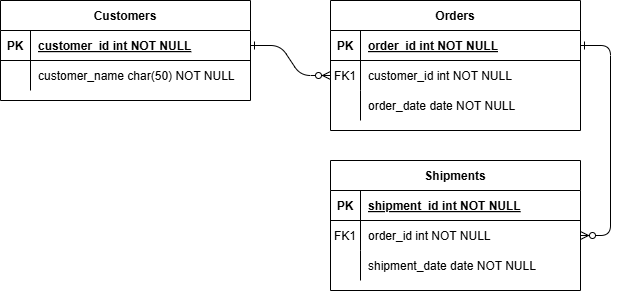
Above: diagram01.drawio.png in sadewni08/hii (draw.io), before the change. Source tidied: cells renumbered, new cells last; positions are measured from the earlier drawing's top-left corner, leaving out a move shared by most shapes.
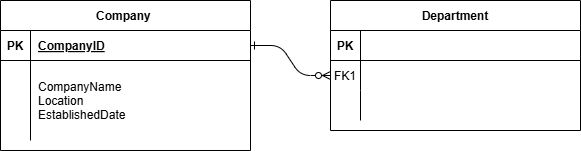
The same file after the commit.

What changed in the source:
```diff
@@ -5,10 +5,7 @@
     <mxCell id="2" style="edgeStyle=entityRelationEdgeStyle;endArrow=ERzeroToMany;startArrow=ERone;endFill=1;startFill=0;" parent="1" edge="1" source="25" target="8">
       <mxGeometry relative="1" as="geometry" />
     </mxCell>
-    <mxCell id="3" style="edgeStyle=entityRelationEdgeStyle;endArrow=ERzeroToMany;startArrow=ERone;endFill=1;startFill=0;" parent="1" edge="1" source="5" target="18">
-      <mxGeometry relative="1" as="geometry" />
-    </mxCell>
-    <mxCell id="4" value="Orders" style="shape=table;startSize=30;rowLines=0;fontStyle=1;align=center;" parent="1" vertex="1">
+    <mxCell id="4" value="Department" style="shape=table;startSize=30;rowLines=0;fontStyle=1;align=center;" parent="1" vertex="1">
       <mxGeometry x="330" width="250" height="130" as="geometry" />
     </mxCell>
     <mxCell id="5" style="shape=partialRectangle;fillColor=none;points=[[0,0.5],[1,0.5]];portConstraint=eastwest;top=0;left=0;right=0;bottom=1;" parent="4" vertex="1">
@@ -17,7 +14,7 @@
     <mxCell id="6" value="PK" style="shape=partialRectangle;overflow=hidden;fillColor=none;top=0;left=0;bottom=0;right=0;fontStyle=1;" parent="5" vertex="1">
       <mxGeometry width="30" height="30" as="geometry" />
     </mxCell>
-    <mxCell id="7" value="order_id int NOT NULL " style="shape=partialRectangle;overflow=hidden;fillColor=none;top=0;left=0;bottom=0;right=0;align=left;spacingLeft=6;fontStyle=5;" parent="5" vertex="1">
+    <mxCell id="7" style="shape=partialRectangle;overflow=hidden;fillColor=none;top=0;left=0;bottom=0;right=0;align=left;spacingLeft=6;fontStyle=5;" parent="5" vertex="1">
       <mxGeometry x="30" width="220" height="30" as="geometry" />
     </mxCell>
     <mxCell id="8" style="shape=partialRectangle;fillColor=none;points=[[0,0.5],[1,0.5]];portConstraint=eastwest;top=0;left=0;right=0;bottom=0;" parent="4" vertex="1">
@@ -26,7 +23,7 @@
     <mxCell id="9" value="FK1" style="shape=partialRectangle;overflow=hidden;fillColor=none;top=0;left=0;bottom=0;right=0;" parent="8" vertex="1">
       <mxGeometry width="30" height="30" as="geometry" />
     </mxCell>
-    <mxCell id="10" value="customer_id int NOT NULL" style="shape=partialRectangle;overflow=hidden;fillColor=none;top=0;left=0;bottom=0;right=0;align=left;spacingLeft=6;" parent="8" vertex="1">
+    <mxCell id="10" style="shape=partialRectangle;overflow=hidden;fillColor=none;top=0;left=0;bottom=0;right=0;align=left;spacingLeft=6;" parent="8" vertex="1">
       <mxGeometry x="30" width="220" height="30" as="geometry" />
     </mxCell>
     <mxCell id="11" style="shape=partialRectangle;fillColor=none;top=0;left=0;right=0;bottom=0;" parent="4" vertex="1">
@@ -35,41 +32,11 @@
     <mxCell id="12" style="shape=partialRectangle;overflow=hidden;fillColor=none;top=0;left=0;bottom=0;right=0;" parent="11" vertex="1">
       <mxGeometry width="30" height="30" as="geometry" />
     </mxCell>
-    <mxCell id="13" value="order_date date NOT NULL" style="shape=partialRectangle;overflow=hidden;fillColor=none;top=0;left=0;bottom=0;right=0;align=left;spacingLeft=6;" parent="11" vertex="1">
+    <mxCell id="13" style="shape=partialRectangle;overflow=hidden;fillColor=none;top=0;left=0;bottom=0;right=0;align=left;spacingLeft=6;" parent="11" vertex="1">
       <mxGeometry x="30" width="220" height="30" as="geometry" />
     </mxCell>
-    <mxCell id="14" value="Shipments" style="shape=table;startSize=30;rowLines=0;fontStyle=1;align=center;" parent="1" vertex="1">
-      <mxGeometry x="330" y="160" width="250" height="130" as="geometry" />
-    </mxCell>
-    <mxCell id="15" style="shape=partialRectangle;fillColor=none;top=0;left=0;right=0;bottom=1;" parent="14" vertex="1">
-      <mxGeometry y="30" width="250" height="30" as="geometry" />
-    </mxCell>
-    <mxCell id="16" value="PK" style="shape=partialRectangle;overflow=hidden;fillColor=none;top=0;left=0;bottom=0;right=0;fontStyle=1;" parent="15" vertex="1">
-      <mxGeometry width="30" height="30" as="geometry" />
-    </mxCell>
-    <mxCell id="17" value="shipment_id int NOT NULL " style="shape=partialRectangle;overflow=hidden;fillColor=none;top=0;left=0;bottom=0;right=0;align=left;spacingLeft=6;fontStyle=5;" parent="15" vertex="1">
-      <mxGeometry x="30" width="220" height="30" as="geometry" />
-    </mxCell>
-    <mxCell id="18" style="shape=partialRectangle;fillColor=none;points=[[0,0.5],[1,0.5]];portConstraint=eastwest;top=0;left=0;right=0;bottom=0;" parent="14" vertex="1">
-      <mxGeometry y="60" width="250" height="30" as="geometry" />
-    </mxCell>
-    <mxCell id="19" value="FK1" style="shape=partialRectangle;overflow=hidden;fillColor=none;top=0;left=0;bottom=0;right=0;" parent="18" vertex="1">
-      <mxGeometry width="30" height="30" as="geometry" />
-    </mxCell>
-    <mxCell id="20" value="order_id int NOT NULL" style="shape=partialRectangle;overflow=hidden;fillColor=none;top=0;left=0;bottom=0;right=0;align=left;spacingLeft=6;" parent="18" vertex="1">
-      <mxGeometry x="30" width="220" height="30" as="geometry" />
-    </mxCell>
-    <mxCell id="21" style="shape=partialRectangle;fillColor=none;top=0;left=0;right=0;bottom=0;" parent="14" vertex="1">
-      <mxGeometry y="90" width="250" height="30" as="geometry" />
-    </mxCell>
-    <mxCell id="22" style="shape=partialRectangle;overflow=hidden;fillColor=none;top=0;left=0;bottom=0;right=0;" parent="21" vertex="1">
-      <mxGeometry width="30" height="30" as="geometry" />
-    </mxCell>
-    <mxCell id="23" value="shipment_date date NOT NULL" style="shape=partialRectangle;overflow=hidden;fillColor=none;top=0;left=0;bottom=0;right=0;align=left;spacingLeft=6;" parent="21" vertex="1">
-      <mxGeometry x="30" width="220" height="30" as="geometry" />
-    </mxCell>
-    <mxCell id="24" value="Customers" style="shape=table;startSize=30;rowLines=0;fontStyle=1;align=center;" parent="1" vertex="1">
-      <mxGeometry width="250" height="100" as="geometry" />
+    <mxCell id="24" value="Company " style="shape=table;startSize=30;rowLines=0;fontStyle=1;align=center;" parent="1" vertex="1">
+      <mxGeometry width="250" height="150" as="geometry" />
     </mxCell>
     <mxCell id="25" style="shape=partialRectangle;fillColor=none;points=[[0,0.5],[1,0.5]];portConstraint=eastwest;top=0;left=0;right=0;bottom=1;" parent="24" vertex="1">
       <mxGeometry y="30" width="250" height="30" as="geometry" />
@@ -77,17 +44,17 @@
     <mxCell id="26" value="PK" style="shape=partialRectangle;overflow=hidden;fillColor=none;top=0;left=0;bottom=0;right=0;fontStyle=1;" parent="25" vertex="1">
       <mxGeometry width="30" height="30" as="geometry" />
     </mxCell>
-    <mxCell id="27" value="customer_id int NOT NULL " style="shape=partialRectangle;overflow=hidden;fillColor=none;top=0;left=0;bottom=0;right=0;align=left;spacingLeft=6;fontStyle=5;" parent="25" vertex="1">
+    <mxCell id="27" value="CompanyID" style="shape=partialRectangle;overflow=hidden;fillColor=none;top=0;left=0;bottom=0;right=0;align=left;spacingLeft=6;fontStyle=5;" parent="25" vertex="1">
       <mxGeometry x="30" width="220" height="30" as="geometry" />
     </mxCell>
     <mxCell id="28" style="shape=partialRectangle;fillColor=none;top=0;left=0;right=0;bottom=0;" parent="24" vertex="1">
-      <mxGeometry y="60" width="250" height="30" as="geometry" />
+      <mxGeometry y="60" width="250" height="80" as="geometry" />
     </mxCell>
     <mxCell id="29" style="shape=partialRectangle;overflow=hidden;fillColor=none;top=0;left=0;bottom=0;right=0;" parent="28" vertex="1">
-      <mxGeometry width="30" height="30" as="geometry" />
+      <mxGeometry width="30" height="80" as="geometry" />
     </mxCell>
-    <mxCell id="30" value="customer_name char(50) NOT NULL" style="shape=partialRectangle;overflow=hidden;fillColor=none;top=0;left=0;bottom=0;right=0;align=left;spacingLeft=6;" parent="28" vertex="1">
-      <mxGeometry x="30" width="220" height="30" as="geometry" />
+    <mxCell id="30" value="CompanyName&#10;Location&#10;EstablishedDate" style="shape=partialRectangle;overflow=hidden;fillColor=none;top=0;left=0;bottom=0;right=0;align=left;spacingLeft=6;" parent="28" vertex="1">
+      <mxGeometry x="30" width="220" height="80" as="geometry" />
     </mxCell>
   </root>
 </mxGraphModel>
```
